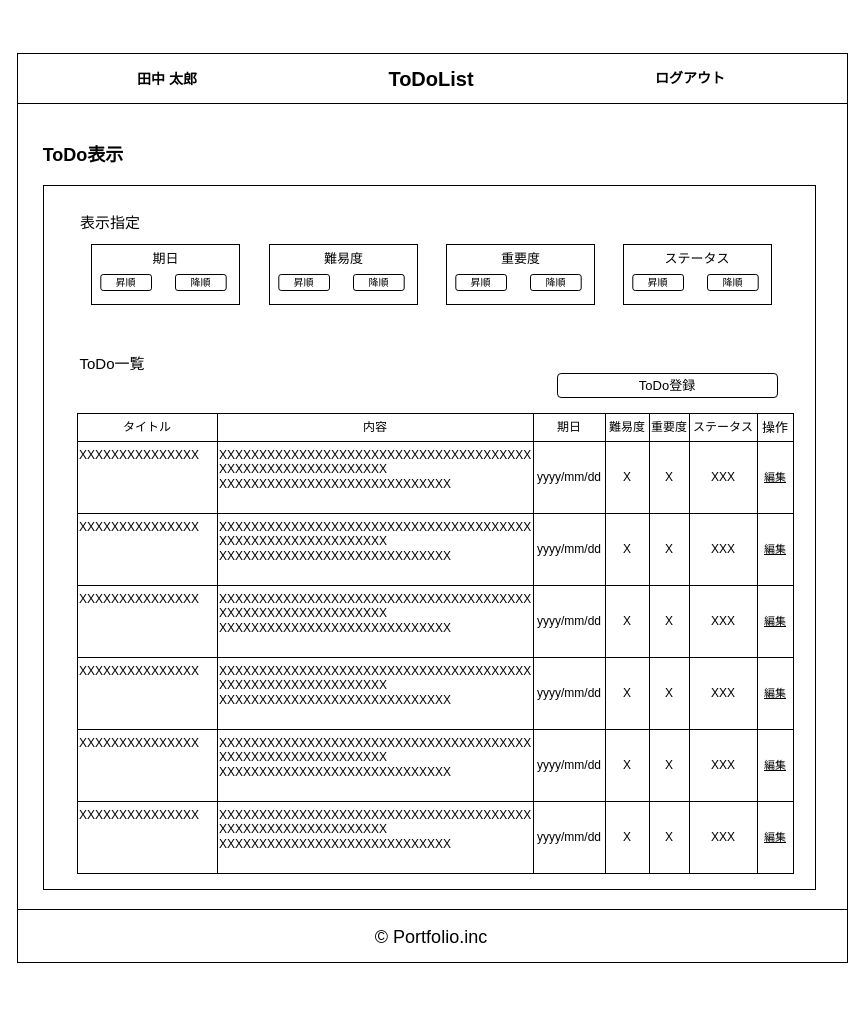
Above: portfolio03/01/layout/todo_show/portfolio03_01_todo_show.drawio in RRRYOOO/portfolio (draw.io), before the change. Source tidied: cells renumbered, new cells numbered last; positions are measured from the earlier drawing's top-left corner, leaving out a move shared by most shapes. Both pictures are drawn from the tidied source at 100%, with x=0, y=0 at pixel (17, 17).
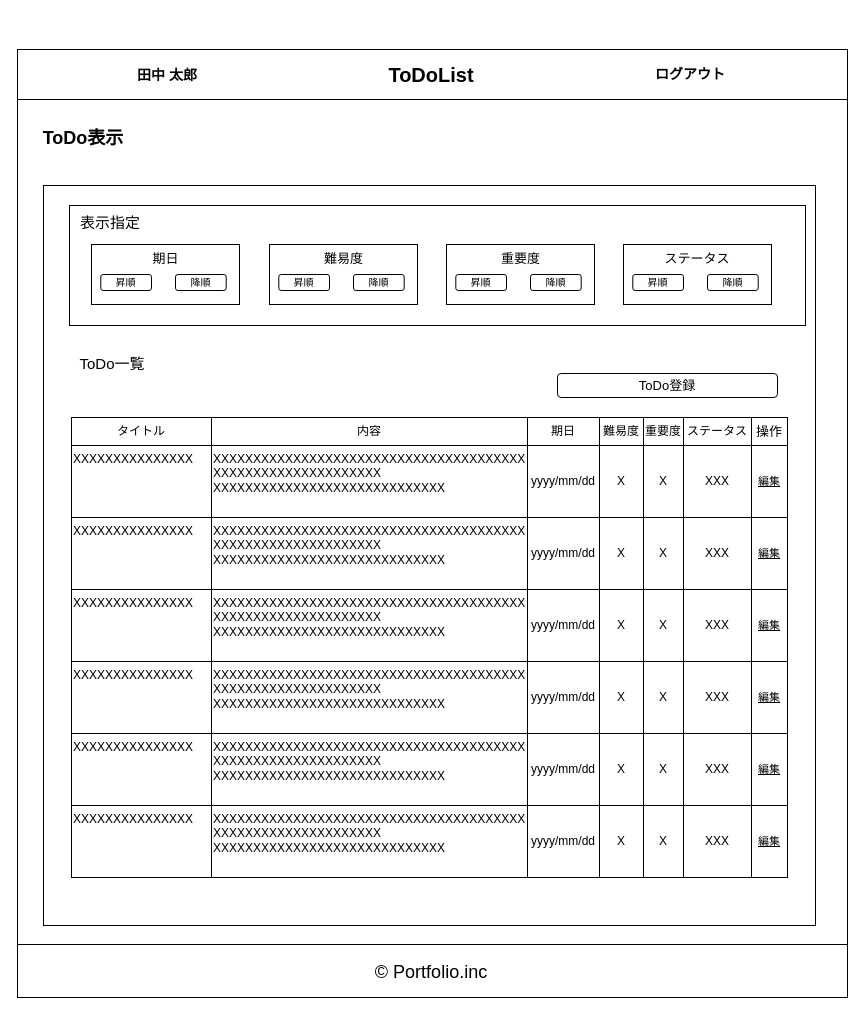
After the change.

Unchanged cells that the change refers to:
```xml
<mxCell id="2" style="group;" parent="1" vertex="1">
  <mxGeometry width="830" height="972" as="geometry" />
</mxCell>
<mxCell id="22" style="group;" parent="21" vertex="1">
  <mxGeometry width="748" height="72" as="geometry" />
</mxCell>
<mxCell id="23" value="XXXXXXXXXXXXXXX" style="rounded=0;whiteSpace=wrap;html=1;align=left;verticalAlign=top;" parent="22" vertex="1">
  <mxGeometry width="140" height="72" as="geometry" />
</mxCell>
<mxCell id="25" value="XXXXXXXXXXXXXXXXXXXXXXXXXXXXXXXXXXXXXXX&lt;br&gt;XXXXXXXXXXXXXXXXXXXXX&lt;br&gt;XXXXXXXXXXXXXXXXXXXXXXXXXXXXX" style="rounded=0;whiteSpace=wrap;html=1;verticalAlign=top;align=left;" parent="22" vertex="1">
  <mxGeometry x="140" width="316" height="72" as="geometry" />
</mxCell>
```

The edit, as a diff of the source:
```diff
@@
     <mxCell id="3" style="rounded=0;whiteSpace=wrap;html=1;" parent="2" vertex="1">
-      <mxGeometry y="60" width="830" height="864" as="geometry" />
+      <mxGeometry y="32" width="830" height="940" as="geometry" />
     </mxCell>
     <mxCell id="4" style="rounded=0;whiteSpace=wrap;html=1;" parent="2" vertex="1">
-      <mxGeometry y="36" width="830" height="50" as="geometry" />
+      <mxGeometry y="32" width="830" height="50" as="geometry" />
     </mxCell>
     <mxCell id="5" style="rounded=0;whiteSpace=wrap;html=1;" parent="2" vertex="1">
-      <mxGeometry y="892" width="830" height="53" as="geometry" />
+      <mxGeometry y="927" width="830" height="53" as="geometry" />
     </mxCell>
     <mxCell id="6" value="&lt;font style=&quot;font-size: 18px&quot;&gt;© Portfolio.inc&lt;/font&gt;" style="text;html=1;strokeColor=none;fillColor=none;align=center;verticalAlign=middle;whiteSpace=wrap;rounded=0;fontSize=20;" parent="2" vertex="1">
-      <mxGeometry x="298" y="908.5" width="232" height="20" as="geometry" />
+      <mxGeometry x="298" y="943.5" width="232" height="20" as="geometry" />
     </mxCell>
     <mxCell id="7" value="&lt;font size=&quot;1&quot;&gt;&lt;b style=&quot;font-size: 18px&quot;&gt;ToDo表示&lt;/b&gt;&lt;/font&gt;" style="text;html=1;strokeColor=none;fillColor=none;align=center;verticalAlign=middle;whiteSpace=wrap;rounded=0;fontSize=17;" parent="2" vertex="1">
-      <mxGeometry x="16" y="128" width="100" height="20" as="geometry" />
+      <mxGeometry x="16" y="111" width="100" height="20" as="geometry" />
     </mxCell>
     <mxCell id="8" value="&lt;b&gt;&lt;font style=&quot;font-size: 20px&quot;&gt;ToDoList&lt;/font&gt;&lt;/b&gt;" style="text;html=1;strokeColor=none;fillColor=none;align=center;verticalAlign=middle;whiteSpace=wrap;rounded=0;strokeWidth=4;" parent="2" vertex="1">
-      <mxGeometry x="334" y="46" width="160" height="30" as="geometry" />
+      <mxGeometry x="334" y="42" width="160" height="30" as="geometry" />
     </mxCell>
     <mxCell id="9" value="&lt;span style=&quot;font-size: 14px;&quot;&gt;&lt;b style=&quot;font-size: 14px;&quot;&gt;田中 太郎&lt;/b&gt;&lt;/span&gt;" style="text;html=1;strokeColor=none;fillColor=none;align=center;verticalAlign=middle;whiteSpace=wrap;rounded=0;fontSize=14;" parent="2" vertex="1">
-      <mxGeometry x="100" y="52" width="100" height="20" as="geometry" />
+      <mxGeometry x="100" y="48" width="100" height="20" as="geometry" />
     </mxCell>
     <mxCell id="10" value="&lt;b&gt;ログアウト&lt;/b&gt;" style="text;html=1;strokeColor=none;fillColor=none;align=center;verticalAlign=middle;whiteSpace=wrap;rounded=0;fontSize=14;" parent="2" vertex="1">
-      <mxGeometry x="623" y="51" width="100" height="20" as="geometry" />
+      <mxGeometry x="623" y="47" width="100" height="20" as="geometry" />
     </mxCell>
     <mxCell id="11" style="rounded=0;whiteSpace=wrap;html=1;fillColor=none;" parent="2" vertex="1">
-      <mxGeometry x="26" y="168" width="772" height="704" as="geometry" />
+      <mxGeometry x="26" y="168" width="772" height="740" as="geometry" />
     </mxCell>
@@
     <mxCell id="13" style="group;" parent="1" vertex="1">
-      <mxGeometry x="60" y="396" width="748" height="460" as="geometry" />
+      <mxGeometry x="54" y="400" width="748" height="460" as="geometry" />
     </mxCell>
@@
-    <mxCell id="24" style="edgeStyle=orthogonalEdgeStyle;rounded=0;jettySize=auto;html=1;exitX=0;exitY=0.75;exitDx=0;exitDy=0;entryX=1;entryY=0.75;entryDx=0;entryDy=0;fontSize=13;" parent="22" edge="1" source="25" target="23">
-      <mxGeometry relative="1" as="geometry" />
-    </mxCell>
@@
+    <mxCell id="101" style="rounded=0;whiteSpace=wrap;html=1;strokeWidth=1;fillColor=none;" parent="1" vertex="1">
+      <mxGeometry x="52" y="188" width="736" height="120" as="geometry" />
+    </mxCell>
```
